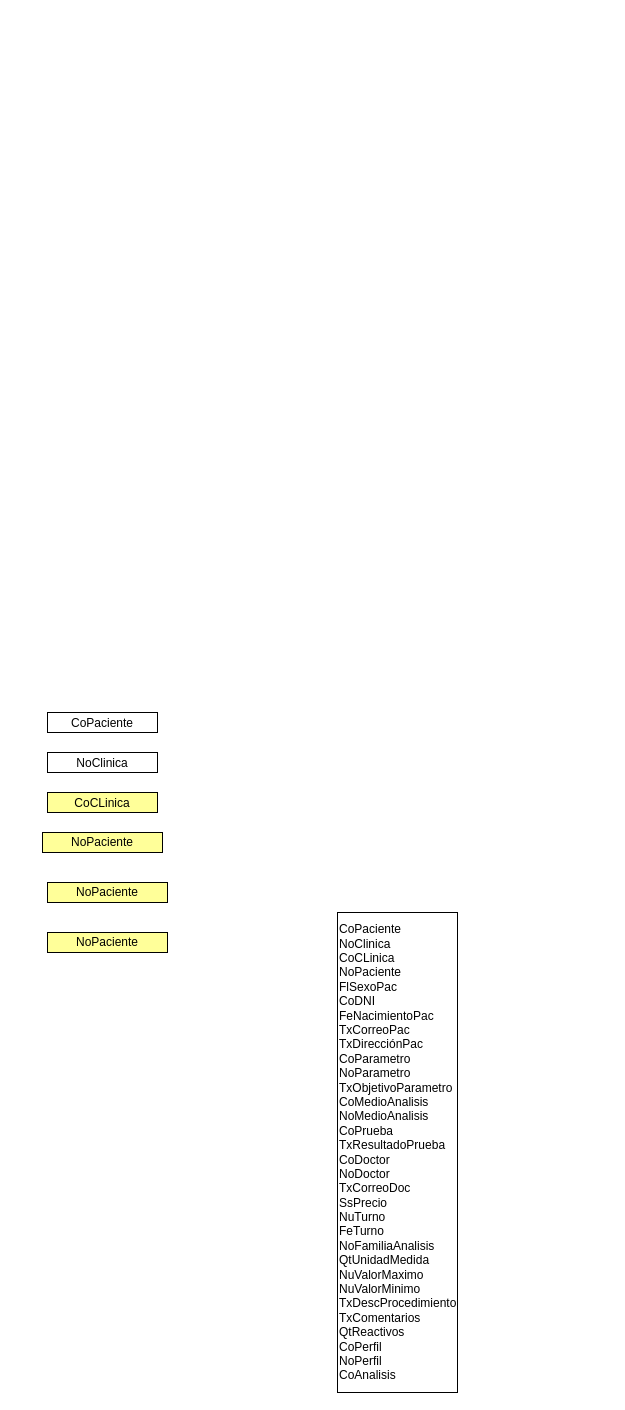
Earlier version of the draw.io diagram page "Page-2" (2 of 2) of Untitled Diagram.drawio (hrojasutani/test). Source tidied: cells renumbered, new cells numbered last; positions are measured from the earlier drawing's top-left corner, leaving out a move shared by most shapes. Both pictures are drawn from the tidied source at 100%, with x=0, y=0 at pixel (42, 712).
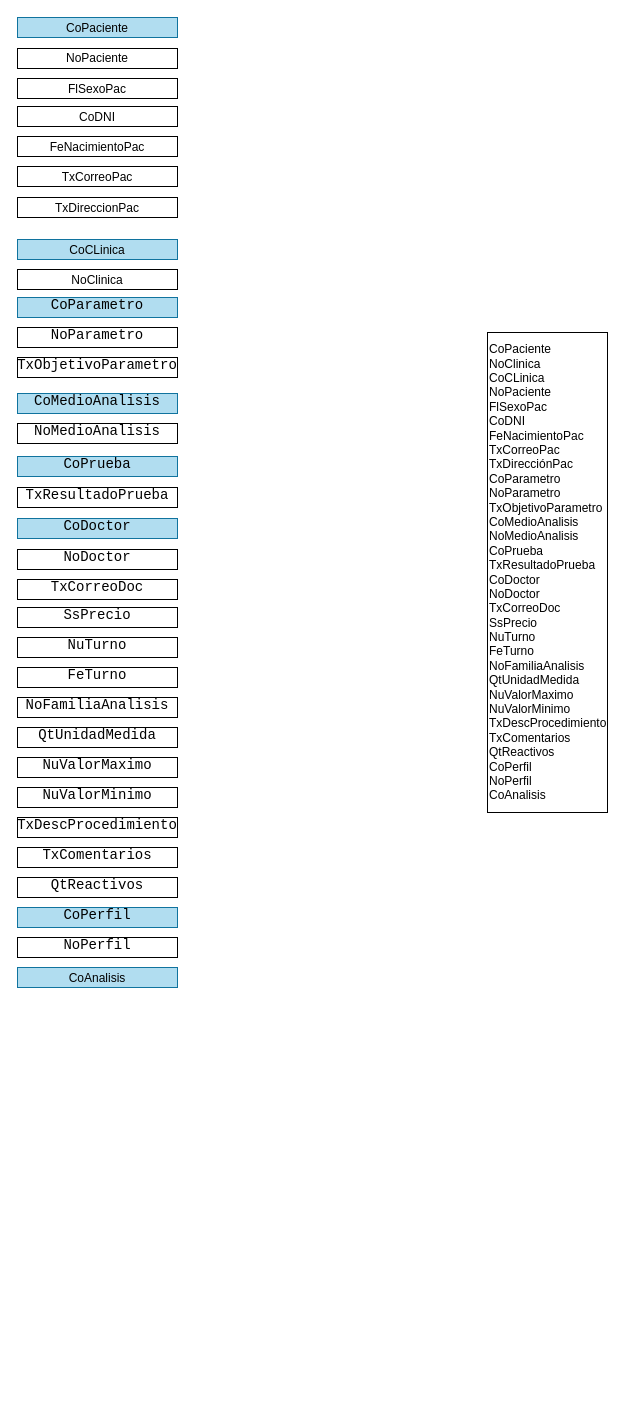
The same diagram, later.

Commit message:
Cambios Ayer

The edit, as a diff of the source:
```diff
@@
     <mxCell id="2" value="&lt;div&gt;CoPaciente&lt;/div&gt;&lt;div&gt;NoClinica&lt;/div&gt;&lt;div&gt;CoCLinica&lt;/div&gt;&lt;div&gt;NoPaciente&lt;/div&gt;&lt;div&gt;FlSexoPac&lt;/div&gt;&lt;div&gt;CoDNI&lt;/div&gt;&lt;div&gt;FeNacimientoPac&lt;/div&gt;&lt;div&gt;TxCorreoPac&lt;/div&gt;&lt;div&gt;TxDirecciónPac&lt;/div&gt;&lt;div&gt;CoParametro&lt;/div&gt;&lt;div&gt;NoParametro&lt;/div&gt;&lt;div&gt;TxObjetivoParametro&lt;/div&gt;&lt;div&gt;CoMedioAnalisis&lt;/div&gt;&lt;div&gt;NoMedioAnalisis&lt;/div&gt;&lt;div&gt;CoPrueba&lt;/div&gt;&lt;div&gt;TxResultadoPrueba&lt;/div&gt;&lt;div&gt;CoDoctor&lt;/div&gt;&lt;div&gt;NoDoctor&lt;/div&gt;&lt;div&gt;TxCorreoDoc&lt;/div&gt;&lt;div&gt;SsPrecio&lt;/div&gt;&lt;div&gt;NuTurno&lt;/div&gt;&lt;div&gt;FeTurno&lt;/div&gt;&lt;div&gt;NoFamiliaAnalisis&lt;/div&gt;&lt;div&gt;QtUnidadMedida&lt;/div&gt;&lt;div&gt;NuValorMaximo&lt;/div&gt;&lt;div&gt;NuValorMinimo&lt;/div&gt;&lt;div&gt;TxDescProcedimiento&lt;/div&gt;&lt;div&gt;TxComentarios&lt;/div&gt;&lt;div&gt;QtReactivos&lt;/div&gt;&lt;div&gt;CoPerfil&lt;/div&gt;&lt;div&gt;NoPerfil&lt;/div&gt;&lt;div&gt;CoAnalisis&lt;/div&gt;" style="rounded=0;whiteSpace=wrap;html=1;align=left;" parent="1" vertex="1">
-      <mxGeometry x="295" y="200" width="120" height="480" as="geometry" />
+      <mxGeometry x="445" y="-380" width="120" height="480" as="geometry" />
     </mxCell>
-    <mxCell id="3" value="&lt;span style=&quot;text-align: left;&quot;&gt;CoPaciente&lt;/span&gt;" style="rounded=0;whiteSpace=wrap;html=1;verticalAlign=bottom;" parent="1" vertex="1">
-      <mxGeometry x="5" width="110" height="20" as="geometry" />
+    <mxCell id="3" value="&lt;span style=&quot;text-align: left;&quot;&gt;CoPaciente&lt;/span&gt;" style="rounded=0;whiteSpace=wrap;html=1;verticalAlign=bottom;fillColor=#b1ddf0;strokeColor=#10739e;" parent="1" vertex="1">
+      <mxGeometry x="-25" y="-695" width="160" height="20" as="geometry" />
     </mxCell>
     <mxCell id="4" value="&lt;span style=&quot;text-align: left;&quot;&gt;NoClinica&lt;/span&gt;" style="rounded=0;whiteSpace=wrap;html=1;verticalAlign=bottom;" parent="1" vertex="1">
-      <mxGeometry x="5" y="40" width="110" height="20" as="geometry" />
+      <mxGeometry x="-25" y="-443" width="160" height="20" as="geometry" />
     </mxCell>
-    <mxCell id="5" value="&lt;div style=&quot;text-align: left;&quot;&gt;&lt;span style=&quot;background-color: initial;&quot;&gt;CoCLinica&lt;/span&gt;&lt;/div&gt;" style="rounded=0;whiteSpace=wrap;html=1;verticalAlign=bottom;strokeColor=#000000;fillColor=#FFFF99;" parent="1" vertex="1">
-      <mxGeometry x="5" y="80" width="110" height="20" as="geometry" />
+    <mxCell id="5" value="&lt;div style=&quot;text-align: left;&quot;&gt;&lt;span style=&quot;background-color: initial;&quot;&gt;CoCLinica&lt;/span&gt;&lt;/div&gt;" style="rounded=0;whiteSpace=wrap;html=1;verticalAlign=bottom;fillColor=#b1ddf0;strokeColor=#10739e;" parent="1" vertex="1">
+      <mxGeometry x="-25" y="-473" width="160" height="20" as="geometry" />
     </mxCell>
-    <mxCell id="6" value="NoPaciente" style="rounded=0;whiteSpace=wrap;html=1;strokeColor=#000000;fillColor=#FFFF99;" parent="1" vertex="1">
-      <mxGeometry y="120" width="120" height="20" as="geometry" />
+    <mxCell id="6" value="NoPaciente" style="rounded=0;whiteSpace=wrap;html=1;fillColor=none;" parent="1" vertex="1">
+      <mxGeometry x="-25" y="-664" width="160" height="20" as="geometry" />
     </mxCell>
-    <mxCell id="7" value="NoPaciente" style="rounded=0;whiteSpace=wrap;html=1;strokeColor=#000000;fillColor=#FFFF99;" parent="1" vertex="1">
-      <mxGeometry x="5" y="170" width="120" height="20" as="geometry" />
-    </mxCell>
-    <mxCell id="8" value="NoPaciente" style="rounded=0;whiteSpace=wrap;html=1;strokeColor=#000000;fillColor=#FFFF99;" parent="1" vertex="1">
-      <mxGeometry x="5" y="220" width="120" height="20" as="geometry" />
-    </mxCell>
+    <mxCell id="9" value="&lt;div style=&quot;font-family: Helvetica; font-size: 12px; font-style: normal; font-variant-ligatures: normal; font-variant-caps: normal; letter-spacing: normal; orphans: 2; text-indent: 0px; text-transform: none; widows: 2; word-spacing: 0px; -webkit-text-stroke-width: 0px; text-decoration-thickness: initial; text-decoration-style: initial; text-decoration-color: initial;&quot;&gt;CoAnalisis&lt;br&gt;&lt;/div&gt;" style="text;whiteSpace=wrap;html=1;verticalAlign=bottom;align=center;labelBackgroundColor=none;fontStyle=0;strokeColor=#10739e;fillColor=#b1ddf0;" parent="1" vertex="1">
+      <mxGeometry x="-25" y="255" width="160" height="20" as="geometry" />
+    </mxCell>
+    <mxCell id="10" value="FlSexoPac" style="text;whiteSpace=wrap;html=1;strokeColor=default;align=center;verticalAlign=bottom;" parent="1" vertex="1">
+      <mxGeometry x="-25" y="-634" width="160" height="20" as="geometry" />
+    </mxCell>
+    <mxCell id="11" value="CoDNI" style="text;whiteSpace=wrap;html=1;strokeColor=default;verticalAlign=bottom;align=center;" parent="1" vertex="1">
+      <mxGeometry x="-25" y="-606" width="160" height="20" as="geometry" />
+    </mxCell>
+    <mxCell id="12" value="FeNacimientoPac" style="text;whiteSpace=wrap;html=1;strokeColor=default;verticalAlign=bottom;align=center;" parent="1" vertex="1">
+      <mxGeometry x="-25" y="-576" width="160" height="20" as="geometry" />
+    </mxCell>
+    <mxCell id="13" value="TxCorreoPac" style="text;whiteSpace=wrap;html=1;strokeColor=default;verticalAlign=bottom;align=center;" parent="1" vertex="1">
+      <mxGeometry x="-25" y="-546" width="160" height="20" as="geometry" />
+    </mxCell>
+    <mxCell id="14" value="TxDireccionPac" style="text;whiteSpace=wrap;html=1;strokeColor=default;verticalAlign=bottom;align=center;" parent="1" vertex="1">
+      <mxGeometry x="-25" y="-515" width="160" height="20" as="geometry" />
+    </mxCell>
+    <mxCell id="15" value="&lt;div style=&quot;font-family: Consolas, &amp;quot;Courier New&amp;quot;, monospace; font-size: 14px; line-height: 19px;&quot;&gt;&lt;div&gt;&lt;span style=&quot;&quot;&gt;CoParametro&lt;/span&gt;&lt;/div&gt;&lt;/div&gt;" style="text;whiteSpace=wrap;html=1;verticalAlign=bottom;align=center;labelBackgroundColor=none;fontStyle=0;strokeColor=#10739e;fillColor=#b1ddf0;" parent="1" vertex="1">
+      <mxGeometry x="-25" y="-415" width="160" height="20" as="geometry" />
+    </mxCell>
+    <mxCell id="16" value="&lt;div style=&quot;font-family: Consolas, &amp;quot;Courier New&amp;quot;, monospace; font-size: 14px; line-height: 19px;&quot;&gt;&lt;div&gt;&lt;span style=&quot;&quot;&gt;NoParametro&lt;/span&gt;&lt;/div&gt;&lt;/div&gt;" style="text;whiteSpace=wrap;html=1;verticalAlign=bottom;align=center;fontColor=default;labelBackgroundColor=none;fontStyle=0;strokeColor=default;" parent="1" vertex="1">
+      <mxGeometry x="-25" y="-385" width="160" height="20" as="geometry" />
+    </mxCell>
+    <mxCell id="17" value="&lt;div style=&quot;font-family: Consolas, &amp;quot;Courier New&amp;quot;, monospace; font-size: 14px; line-height: 19px;&quot;&gt;&lt;div&gt;&lt;span style=&quot;&quot;&gt;TxObjetivoParametro&lt;/span&gt;&lt;/div&gt;&lt;/div&gt;" style="text;whiteSpace=wrap;html=1;verticalAlign=bottom;align=center;fontColor=default;labelBackgroundColor=none;fontStyle=0;strokeColor=default;" parent="1" vertex="1">
+      <mxGeometry x="-25" y="-355" width="160" height="20" as="geometry" />
+    </mxCell>
+    <mxCell id="18" value="&lt;div style=&quot;font-family: Consolas, &amp;quot;Courier New&amp;quot;, monospace; font-size: 14px; line-height: 19px;&quot;&gt;&lt;div&gt;&lt;span style=&quot;&quot;&gt;CoMedioAnalisis&lt;/span&gt;&lt;/div&gt;&lt;/div&gt;" style="text;whiteSpace=wrap;html=1;verticalAlign=bottom;align=center;labelBackgroundColor=none;fontStyle=0;strokeColor=#10739e;fillColor=#b1ddf0;" parent="1" vertex="1">
+      <mxGeometry x="-25" y="-319" width="160" height="20" as="geometry" />
+    </mxCell>
+    <mxCell id="19" value="&lt;div style=&quot;font-family: Consolas, &amp;quot;Courier New&amp;quot;, monospace; font-size: 14px; line-height: 19px;&quot;&gt;&lt;div&gt;&lt;span style=&quot;&quot;&gt;NoMedioAnalisis&lt;/span&gt;&lt;/div&gt;&lt;/div&gt;" style="text;whiteSpace=wrap;html=1;verticalAlign=bottom;align=center;fontColor=default;labelBackgroundColor=none;fontStyle=0;strokeColor=default;" parent="1" vertex="1">
+      <mxGeometry x="-25" y="-289" width="160" height="20" as="geometry" />
+    </mxCell>
+    <mxCell id="20" value="&lt;div style=&quot;font-family: Consolas, &amp;quot;Courier New&amp;quot;, monospace; font-size: 14px; line-height: 19px;&quot;&gt;&lt;div&gt;&lt;span style=&quot;&quot;&gt;CoPrueba&lt;/span&gt;&lt;/div&gt;&lt;/div&gt;" style="text;whiteSpace=wrap;html=1;verticalAlign=bottom;align=center;labelBackgroundColor=none;fontStyle=0;strokeColor=#10739e;fillColor=#b1ddf0;" parent="1" vertex="1">
+      <mxGeometry x="-25" y="-256" width="160" height="20" as="geometry" />
+    </mxCell>
+    <mxCell id="21" value="&lt;div style=&quot;font-family: Consolas, &amp;quot;Courier New&amp;quot;, monospace; font-size: 14px; line-height: 19px;&quot;&gt;&lt;div&gt;&lt;span style=&quot;&quot;&gt;TxResultadoPrueba&lt;/span&gt;&lt;/div&gt;&lt;/div&gt;" style="text;whiteSpace=wrap;html=1;verticalAlign=bottom;align=center;fontColor=default;labelBackgroundColor=none;fontStyle=0;strokeColor=default;" parent="1" vertex="1">
+      <mxGeometry x="-25" y="-225" width="160" height="20" as="geometry" />
+    </mxCell>
+    <mxCell id="22" value="&lt;div style=&quot;font-family: Consolas, &amp;quot;Courier New&amp;quot;, monospace; font-size: 14px; line-height: 19px;&quot;&gt;&lt;div&gt;&lt;span style=&quot;&quot;&gt;CoDoctor&lt;/span&gt;&lt;/div&gt;&lt;/div&gt;" style="text;whiteSpace=wrap;html=1;verticalAlign=bottom;align=center;labelBackgroundColor=none;fontStyle=0;strokeColor=#10739e;fillColor=#b1ddf0;" parent="1" vertex="1">
+      <mxGeometry x="-25" y="-194" width="160" height="20" as="geometry" />
+    </mxCell>
+    <mxCell id="23" value="&lt;div style=&quot;font-family: Consolas, &amp;quot;Courier New&amp;quot;, monospace; font-size: 14px; line-height: 19px;&quot;&gt;&lt;div&gt;&lt;span style=&quot;&quot;&gt;NoDoctor&lt;/span&gt;&lt;/div&gt;&lt;/div&gt;" style="text;whiteSpace=wrap;html=1;verticalAlign=bottom;align=center;fontColor=default;labelBackgroundColor=none;fontStyle=0;strokeColor=default;" parent="1" vertex="1">
+      <mxGeometry x="-25" y="-163" width="160" height="20" as="geometry" />
+    </mxCell>
+    <mxCell id="24" value="&lt;div style=&quot;font-family: Consolas, &amp;quot;Courier New&amp;quot;, monospace; font-size: 14px; line-height: 19px;&quot;&gt;&lt;div&gt;&lt;span style=&quot;&quot;&gt;TxCorreoDoc&lt;/span&gt;&lt;/div&gt;&lt;/div&gt;" style="text;whiteSpace=wrap;html=1;verticalAlign=bottom;align=center;fontColor=default;labelBackgroundColor=none;fontStyle=0;strokeColor=default;" parent="1" vertex="1">
+      <mxGeometry x="-25" y="-133" width="160" height="20" as="geometry" />
+    </mxCell>
+    <mxCell id="25" value="&lt;div style=&quot;font-family: Consolas, &amp;quot;Courier New&amp;quot;, monospace; font-size: 14px; line-height: 19px;&quot;&gt;&lt;div&gt;&lt;span style=&quot;&quot;&gt;SsPrecio&lt;/span&gt;&lt;/div&gt;&lt;/div&gt;" style="text;whiteSpace=wrap;html=1;verticalAlign=bottom;align=center;fontColor=default;labelBackgroundColor=none;fontStyle=0;strokeColor=default;" parent="1" vertex="1">
+      <mxGeometry x="-25" y="-105" width="160" height="20" as="geometry" />
+    </mxCell>
+    <mxCell id="26" value="&lt;div style=&quot;font-family: Consolas, &amp;quot;Courier New&amp;quot;, monospace; font-size: 14px; line-height: 19px;&quot;&gt;&lt;div&gt;&lt;span style=&quot;&quot;&gt;NuTurno&lt;/span&gt;&lt;/div&gt;&lt;/div&gt;" style="text;whiteSpace=wrap;html=1;verticalAlign=bottom;align=center;fontColor=default;labelBackgroundColor=none;fontStyle=0;strokeColor=default;" parent="1" vertex="1">
+      <mxGeometry x="-25" y="-75" width="160" height="20" as="geometry" />
+    </mxCell>
+    <mxCell id="27" value="&lt;div style=&quot;font-family: Consolas, &amp;quot;Courier New&amp;quot;, monospace; font-size: 14px; line-height: 19px;&quot;&gt;&lt;div&gt;&lt;span style=&quot;&quot;&gt;FeTurno&lt;/span&gt;&lt;/div&gt;&lt;/div&gt;" style="text;whiteSpace=wrap;html=1;verticalAlign=bottom;align=center;fontColor=default;labelBackgroundColor=none;fontStyle=0;strokeColor=default;" parent="1" vertex="1">
+      <mxGeometry x="-25" y="-45" width="160" height="20" as="geometry" />
+    </mxCell>
+    <mxCell id="28" value="&lt;div style=&quot;font-family: Consolas, &amp;quot;Courier New&amp;quot;, monospace; font-size: 14px; line-height: 19px;&quot;&gt;&lt;div&gt;&lt;span style=&quot;&quot;&gt;NoFamiliaAnalisis&lt;/span&gt;&lt;/div&gt;&lt;/div&gt;" style="text;whiteSpace=wrap;html=1;verticalAlign=bottom;align=center;fontColor=default;labelBackgroundColor=none;fontStyle=0;strokeColor=default;" parent="1" vertex="1">
+      <mxGeometry x="-25" y="-15" width="160" height="20" as="geometry" />
+    </mxCell>
+    <mxCell id="29" value="&lt;div style=&quot;font-family: Consolas, &amp;quot;Courier New&amp;quot;, monospace; font-size: 14px; line-height: 19px;&quot;&gt;&lt;div&gt;&lt;span style=&quot;&quot;&gt;QtUnidadMedida&lt;/span&gt;&lt;/div&gt;&lt;/div&gt;" style="text;whiteSpace=wrap;html=1;verticalAlign=bottom;align=center;fontColor=default;labelBackgroundColor=none;fontStyle=0;strokeColor=default;" parent="1" vertex="1">
+      <mxGeometry x="-25" y="15" width="160" height="20" as="geometry" />
+    </mxCell>
+    <mxCell id="30" value="&lt;div style=&quot;font-family: Consolas, &amp;quot;Courier New&amp;quot;, monospace; font-size: 14px; line-height: 19px;&quot;&gt;&lt;div&gt;&lt;span style=&quot;&quot;&gt;NuValorMaximo&lt;/span&gt;&lt;/div&gt;&lt;/div&gt;" style="text;whiteSpace=wrap;html=1;verticalAlign=bottom;align=center;fontColor=default;labelBackgroundColor=none;fontStyle=0;strokeColor=default;" parent="1" vertex="1">
+      <mxGeometry x="-25" y="45" width="160" height="20" as="geometry" />
+    </mxCell>
+    <mxCell id="31" value="&lt;div style=&quot;font-family: Consolas, &amp;quot;Courier New&amp;quot;, monospace; font-size: 14px; line-height: 19px;&quot;&gt;&lt;div&gt;&lt;span style=&quot;&quot;&gt;NuValorMinimo&lt;/span&gt;&lt;/div&gt;&lt;/div&gt;" style="text;whiteSpace=wrap;html=1;verticalAlign=bottom;align=center;fontColor=default;labelBackgroundColor=none;fontStyle=0;strokeColor=default;" parent="1" vertex="1">
+      <mxGeometry x="-25" y="75" width="160" height="20" as="geometry" />
+    </mxCell>
+    <mxCell id="32" value="&lt;div style=&quot;font-family: Consolas, &amp;quot;Courier New&amp;quot;, monospace; font-size: 14px; line-height: 19px;&quot;&gt;&lt;div&gt;&lt;span style=&quot;&quot;&gt;TxDescProcedimiento&lt;/span&gt;&lt;/div&gt;&lt;/div&gt;" style="text;whiteSpace=wrap;html=1;verticalAlign=bottom;align=center;fontColor=default;labelBackgroundColor=none;fontStyle=0;strokeColor=default;" parent="1" vertex="1">
+      <mxGeometry x="-25" y="105" width="160" height="20" as="geometry" />
+    </mxCell>
+    <mxCell id="33" value="&lt;div style=&quot;font-family: Consolas, &amp;quot;Courier New&amp;quot;, monospace; font-size: 14px; line-height: 19px;&quot;&gt;&lt;div&gt;&lt;span style=&quot;&quot;&gt;TxComentarios&lt;/span&gt;&lt;/div&gt;&lt;/div&gt;" style="text;whiteSpace=wrap;html=1;verticalAlign=bottom;align=center;fontColor=default;labelBackgroundColor=none;fontStyle=0;strokeColor=default;" parent="1" vertex="1">
+      <mxGeometry x="-25" y="135" width="160" height="20" as="geometry" />
+    </mxCell>
+    <mxCell id="34" value="&lt;div style=&quot;font-family: Consolas, &amp;quot;Courier New&amp;quot;, monospace; font-size: 14px; line-height: 19px;&quot;&gt;&lt;div&gt;&lt;span style=&quot;&quot;&gt;QtReactivos&lt;/span&gt;&lt;/div&gt;&lt;/div&gt;" style="text;whiteSpace=wrap;html=1;verticalAlign=bottom;align=center;fontColor=default;labelBackgroundColor=none;fontStyle=0;strokeColor=default;" parent="1" vertex="1">
+      <mxGeometry x="-25" y="165" width="160" height="20" as="geometry" />
+    </mxCell>
+    <mxCell id="35" value="&lt;div style=&quot;font-family: Consolas, &amp;quot;Courier New&amp;quot;, monospace; font-size: 14px; line-height: 19px;&quot;&gt;&lt;div&gt;&lt;span style=&quot;&quot;&gt;CoPerfil&lt;/span&gt;&lt;/div&gt;&lt;/div&gt;" style="text;whiteSpace=wrap;html=1;verticalAlign=bottom;align=center;labelBackgroundColor=none;fontStyle=0;fillColor=#b1ddf0;strokeColor=#10739e;" parent="1" vertex="1">
+      <mxGeometry x="-25" y="195" width="160" height="20" as="geometry" />
+    </mxCell>
+    <mxCell id="36" value="&lt;div style=&quot;font-family: Consolas, &amp;quot;Courier New&amp;quot;, monospace; font-size: 14px; line-height: 19px;&quot;&gt;&lt;div&gt;&lt;span style=&quot;&quot;&gt;NoPerfil&lt;/span&gt;&lt;/div&gt;&lt;/div&gt;" style="text;whiteSpace=wrap;html=1;verticalAlign=bottom;align=center;fontColor=default;labelBackgroundColor=none;fontStyle=0;strokeColor=default;" parent="1" vertex="1">
+      <mxGeometry x="-25" y="225" width="160" height="20" as="geometry" />
+    </mxCell>
```
